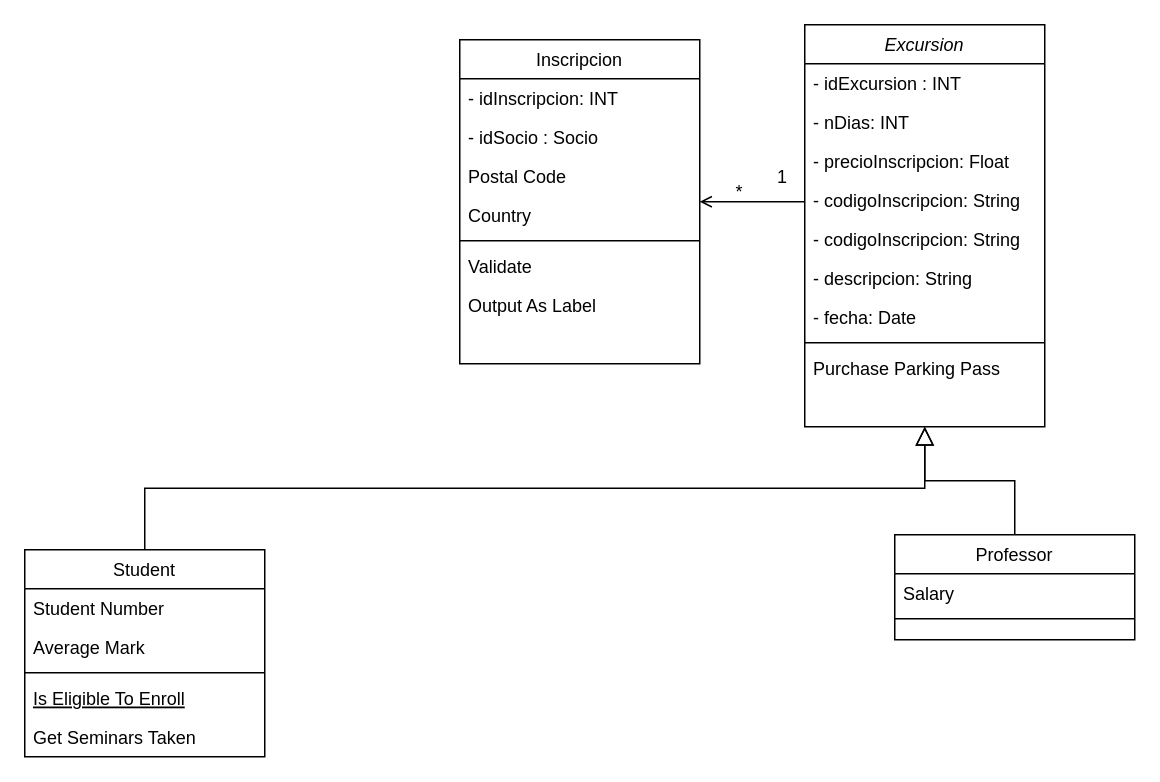
Before: Diagrama -Diego/Diagrama sin título.drawio in dadd86/The-Javengers---IntellJ, a draw.io diagram. Source tidied: cells renumbered, new cells numbered last; positions are measured from the earlier drawing's top-left corner, leaving out a move shared by most shapes. Both pictures are drawn from the tidied source at 150%, with x=0, y=0 at pixel (24, 24).
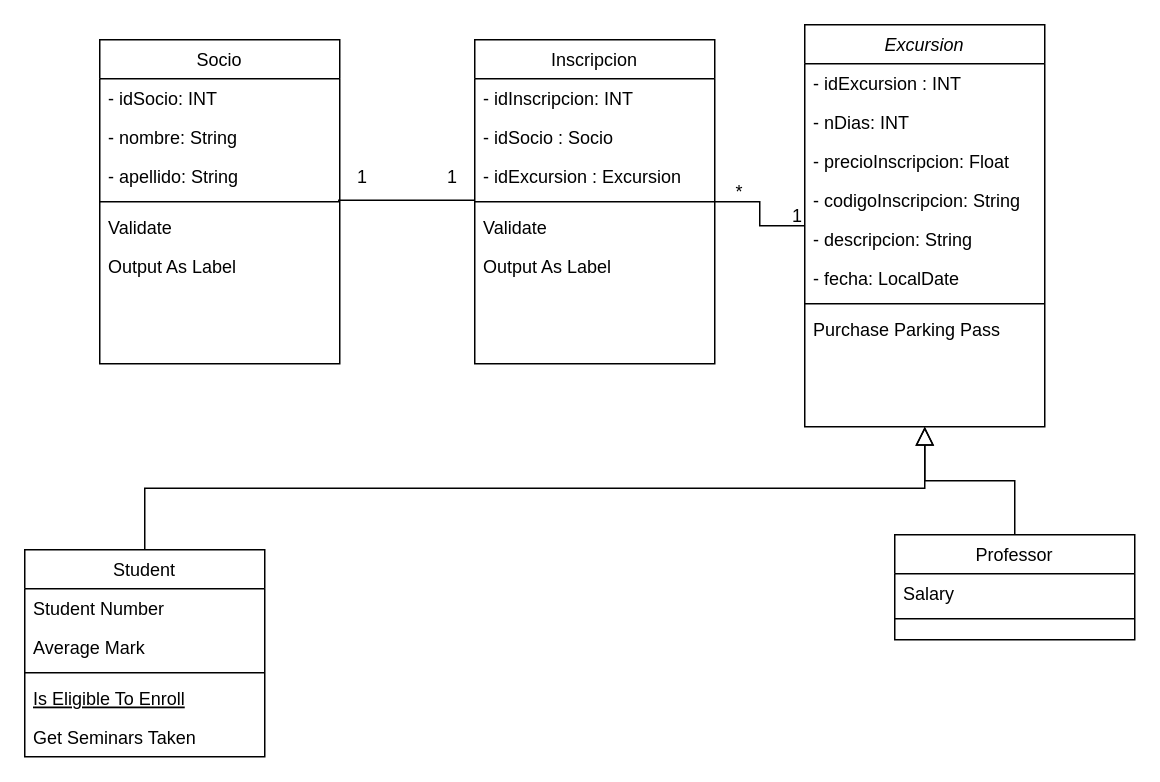
Above is the later version.

Unchanged cells that the change refers to:
```xml
<mxCell id="2" value="Excursion&#10;" style="swimlane;fontStyle=2;align=center;verticalAlign=top;horizontal=1;startSize=26;rounded=0;shadow=0;strokeWidth=1;" parent="1" vertex="1">
  <mxGeometry x="520" width="160" height="268" as="geometry" />
</mxCell>
```

Change to the diagram source:
```diff
@@
-    <mxCell id="7" value="- codigoInscripcion: String" style="text;align=left;verticalAlign=top;spacingLeft=4;spacingRight=4;overflow=hidden;rounded=0;shadow=0;html=0;" parent="2" vertex="1">
-      <mxGeometry y="130" width="160" height="26" as="geometry" />
-    </mxCell>
     <mxCell id="8" value="- descripcion: String" style="text;align=left;verticalAlign=top;spacingLeft=4;spacingRight=4;overflow=hidden;" parent="2" vertex="1">
-      <mxGeometry y="156" width="160" height="26" as="geometry" />
+      <mxGeometry y="130" width="160" height="26" as="geometry" />
     </mxCell>
-    <mxCell id="9" value="- fecha: Date&#10;" style="text;align=left;verticalAlign=top;spacingLeft=4;spacingRight=4;overflow=hidden;rounded=0;shadow=0;html=0;" parent="2" vertex="1">
-      <mxGeometry y="182" width="160" height="26" as="geometry" />
+    <mxCell id="9" value="- fecha: LocalDate" style="text;align=left;verticalAlign=top;spacingLeft=4;spacingRight=4;overflow=hidden;rounded=0;shadow=0;html=0;" parent="2" vertex="1">
+      <mxGeometry y="156" width="160" height="26" as="geometry" />
     </mxCell>
     <mxCell id="10" style="line;html=1;strokeWidth=1;align=left;verticalAlign=middle;spacingTop=-1;spacingLeft=3;spacingRight=3;labelPosition=right;" parent="2" vertex="1">
-      <mxGeometry y="208" width="160" height="8" as="geometry" />
+      <mxGeometry y="182" width="160" height="8" as="geometry" />
     </mxCell>
     <mxCell id="11" value="Purchase Parking Pass" style="text;align=left;verticalAlign=top;spacingLeft=4;spacingRight=4;overflow=hidden;" parent="2" vertex="1">
-      <mxGeometry y="216" width="160" height="26" as="geometry" />
+      <mxGeometry y="190" width="160" height="26" as="geometry" />
     </mxCell>
@@
+    <mxCell id="34" style="edgeStyle=elbowEdgeStyle;rounded=0;jettySize=auto;html=1;entryX=0.993;entryY=0.357;entryDx=0;entryDy=0;entryPerimeter=0;endArrow=none;endFill=0;elbow=vertical;" parent="1" edge="1" source="23" target="39">
+      <mxGeometry relative="1" as="geometry" />
+    </mxCell>
     <mxCell id="23" value="Inscripcion" style="swimlane;fontStyle=0;align=center;verticalAlign=top;horizontal=1;startSize=26;rounded=0;shadow=0;strokeWidth=1;" parent="1" vertex="1">
-      <mxGeometry x="290" y="10" width="160" height="216" as="geometry" />
+      <mxGeometry x="300" y="10" width="160" height="216" as="geometry" />
     </mxCell>
@@
-    <mxCell id="26" value="Postal Code" style="text;align=left;verticalAlign=top;spacingLeft=4;spacingRight=4;overflow=hidden;rounded=0;shadow=0;html=0;" parent="23" vertex="1">
+    <mxCell id="26" value="- idExcursion : Excursion" style="text;align=left;verticalAlign=top;spacingLeft=4;spacingRight=4;overflow=hidden;rounded=0;shadow=0;html=0;" parent="23" vertex="1">
       <mxGeometry y="78" width="160" height="26" as="geometry" />
     </mxCell>
-    <mxCell id="27" value="Country" style="text;align=left;verticalAlign=top;spacingLeft=4;spacingRight=4;overflow=hidden;rounded=0;shadow=0;html=0;" parent="23" vertex="1">
-      <mxGeometry y="104" width="160" height="26" as="geometry" />
-    </mxCell>
     <mxCell id="28" style="line;html=1;strokeWidth=1;align=left;verticalAlign=middle;spacingTop=-1;spacingLeft=3;spacingRight=3;labelPosition=right;" parent="23" vertex="1">
-      <mxGeometry y="130" width="160" height="8" as="geometry" />
+      <mxGeometry y="104" width="160" height="8" as="geometry" />
     </mxCell>
     <mxCell id="29" value="Validate" style="text;align=left;verticalAlign=top;spacingLeft=4;spacingRight=4;overflow=hidden;" parent="23" vertex="1">
-      <mxGeometry y="138" width="160" height="26" as="geometry" />
+      <mxGeometry y="112" width="160" height="26" as="geometry" />
     </mxCell>
     <mxCell id="30" value="Output As Label" style="text;align=left;verticalAlign=top;spacingLeft=4;spacingRight=4;overflow=hidden;" parent="23" vertex="1">
-      <mxGeometry y="164" width="160" height="26" as="geometry" />
+      <mxGeometry y="138" width="160" height="26" as="geometry" />
     </mxCell>
-    <mxCell id="31" style="endArrow=open;shadow=0;strokeWidth=1;rounded=0;curved=0;endFill=1;edgeStyle=elbowEdgeStyle;elbow=vertical;" parent="1" edge="1" source="2" target="23">
+    <mxCell id="31" style="endArrow=none;shadow=0;strokeWidth=1;rounded=0;endFill=0;edgeStyle=elbowEdgeStyle;" parent="1" edge="1" source="2" target="23">
       <mxGeometry x="0.5" y="41" relative="1" as="geometry">
         <mxPoint x="-40" y="32" as="offset" />
       </mxGeometry>
     </mxCell>
     <mxCell id="32" value="1" style="align=left;verticalAlign=bottom;labelBackgroundColor=none;fontSize=12;" parent="31" vertex="1">
       <mxGeometry x="-1" relative="1" as="geometry">
-        <mxPoint x="-20" y="-8" as="offset" />
+        <mxPoint x="-10" y="2" as="offset" />
       </mxGeometry>
     </mxCell>
     <mxCell id="33" value="*" style="align=right;verticalAlign=bottom;labelBackgroundColor=none;fontSize=12;" parent="31" vertex="1">
       <mxGeometry x="1" relative="1" as="geometry">
-        <mxPoint x="30" y="2" as="offset" />
+        <mxPoint x="20" y="2" as="offset" />
       </mxGeometry>
     </mxCell>
+    <mxCell id="35" value="Socio" style="swimlane;fontStyle=0;align=center;verticalAlign=top;horizontal=1;startSize=26;rounded=0;shadow=0;strokeWidth=1;" parent="1" vertex="1">
+      <mxGeometry x="50" y="10" width="160" height="216" as="geometry" />
+    </mxCell>
+    <mxCell id="36" value="- idSocio: INT" style="text;align=left;verticalAlign=top;spacingLeft=4;spacingRight=4;overflow=hidden;" parent="35" vertex="1">
+      <mxGeometry y="26" width="160" height="26" as="geometry" />
+    </mxCell>
+    <mxCell id="37" value="- nombre: String" style="text;align=left;verticalAlign=top;spacingLeft=4;spacingRight=4;overflow=hidden;rounded=0;shadow=0;html=0;" parent="35" vertex="1">
+      <mxGeometry y="52" width="160" height="26" as="geometry" />
+    </mxCell>
+    <mxCell id="38" value="- apellido: String" style="text;align=left;verticalAlign=top;spacingLeft=4;spacingRight=4;overflow=hidden;rounded=0;shadow=0;html=0;" parent="35" vertex="1">
+      <mxGeometry y="78" width="160" height="26" as="geometry" />
+    </mxCell>
+    <mxCell id="39" style="line;html=1;strokeWidth=1;align=left;verticalAlign=middle;spacingTop=-1;spacingLeft=3;spacingRight=3;labelPosition=right;points=[];portConstraint=eastwest;" parent="35" vertex="1">
+      <mxGeometry y="104" width="160" height="8" as="geometry" />
+    </mxCell>
+    <mxCell id="40" value="Validate" style="text;align=left;verticalAlign=top;spacingLeft=4;spacingRight=4;overflow=hidden;" parent="35" vertex="1">
+      <mxGeometry y="112" width="160" height="26" as="geometry" />
+    </mxCell>
+    <mxCell id="41" value="Output As Label" style="text;align=left;verticalAlign=top;spacingLeft=4;spacingRight=4;overflow=hidden;" parent="35" vertex="1">
+      <mxGeometry y="138" width="160" height="26" as="geometry" />
+    </mxCell>
+    <mxCell id="42" value="1" style="align=left;verticalAlign=bottom;labelBackgroundColor=none;fontSize=12;" parent="1" vertex="1">
+      <mxGeometry x="280" y="110" as="geometry" />
+    </mxCell>
+    <mxCell id="43" value="1" style="align=left;verticalAlign=bottom;labelBackgroundColor=none;fontSize=12;" parent="1" vertex="1">
+      <mxGeometry x="220" y="110" as="geometry" />
+    </mxCell>
```
